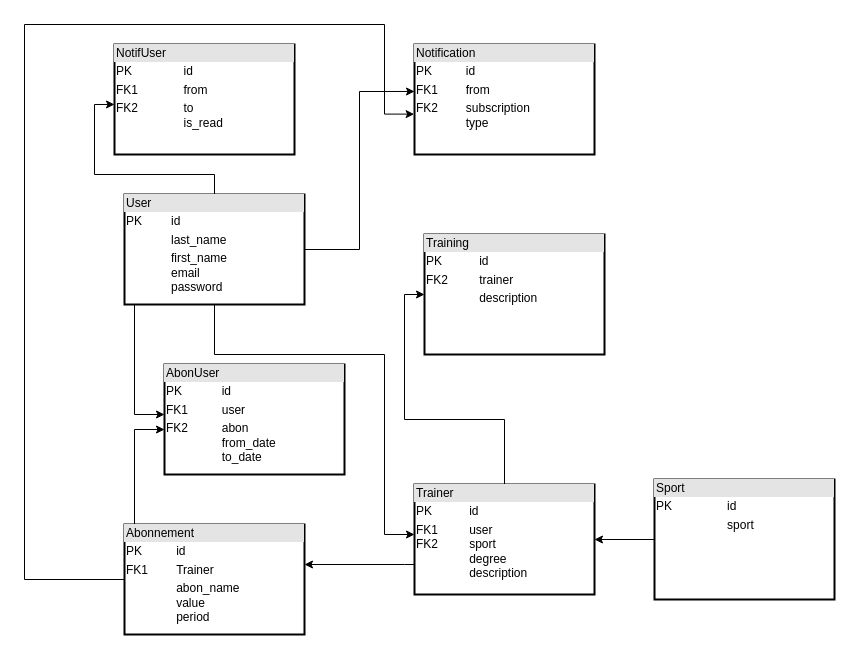
Above: uml_trainng.drawio in lekarus/Training (draw.io), before the change. Source tidied: cells renumbered, new cells numbered last; positions are measured from the earlier drawing's top-left corner, leaving out a move shared by most shapes. Both pictures are drawn from the tidied source at 100%, with x=0, y=0 at pixel (24, 24).
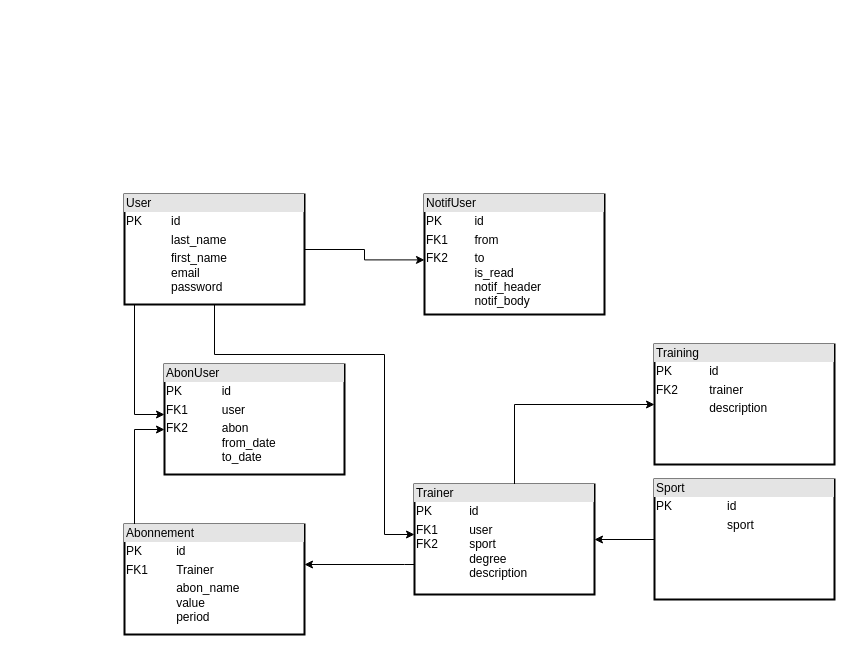
Above is the later version.

The change refers to these unchanged cells:
```xml
<mxCell id="6" value="&lt;div style=&quot;box-sizing:border-box;width:100%;background:#e4e4e4;padding:2px;&quot;&gt;User&lt;/div&gt;&lt;table style=&quot;width:100%;font-size:1em;&quot; cellpadding=&quot;2&quot; cellspacing=&quot;0&quot;&gt;&lt;tbody&gt;&lt;tr&gt;&lt;td&gt;PK&lt;/td&gt;&lt;td&gt;id&lt;/td&gt;&lt;/tr&gt;&lt;tr&gt;&lt;td&gt;&lt;br&gt;&lt;/td&gt;&lt;td&gt;last_name&lt;/td&gt;&lt;/tr&gt;&lt;tr&gt;&lt;td&gt;&lt;/td&gt;&lt;td&gt;first_name&lt;br&gt;email&lt;br&gt;password&lt;br&gt;&lt;br&gt;&lt;/td&gt;&lt;/tr&gt;&lt;/tbody&gt;&lt;/table&gt;" style="verticalAlign=top;align=left;overflow=fill;html=1;strokeWidth=2;" parent="1" vertex="1">
  <mxGeometry x="100" y="170" width="180" height="110" as="geometry" />
</mxCell>
<mxCell id="13" value="&lt;div style=&quot;box-sizing:border-box;width:100%;background:#e4e4e4;padding:2px;&quot;&gt;Abonnement&lt;/div&gt;&lt;table style=&quot;width:100%;font-size:1em;&quot; cellpadding=&quot;2&quot; cellspacing=&quot;0&quot;&gt;&lt;tbody&gt;&lt;tr&gt;&lt;td&gt;PK&lt;/td&gt;&lt;td&gt;id&lt;/td&gt;&lt;/tr&gt;&lt;tr&gt;&lt;td&gt;FK1&lt;br&gt;&lt;/td&gt;&lt;td&gt;Trainer&lt;/td&gt;&lt;/tr&gt;&lt;tr&gt;&lt;td&gt;&lt;/td&gt;&lt;td&gt;abon_name&lt;br&gt;value&lt;br&gt;period&lt;/td&gt;&lt;/tr&gt;&lt;/tbody&gt;&lt;/table&gt;" style="verticalAlign=top;align=left;overflow=fill;html=1;strokeWidth=2;" parent="1" vertex="1">
  <mxGeometry x="100" y="500" width="180" height="110" as="geometry" />
</mxCell>
<mxCell id="16" value="&lt;div style=&quot;box-sizing:border-box;width:100%;background:#e4e4e4;padding:2px;&quot;&gt;Trainer&lt;/div&gt;&lt;table style=&quot;width:100%;font-size:1em;&quot; cellpadding=&quot;2&quot; cellspacing=&quot;0&quot;&gt;&lt;tbody&gt;&lt;tr&gt;&lt;td&gt;PK&lt;/td&gt;&lt;td&gt;id&lt;/td&gt;&lt;/tr&gt;&lt;tr&gt;&lt;td&gt;FK1&lt;br&gt;FK2&lt;br&gt;&lt;br&gt;&lt;br&gt;&lt;br&gt;&lt;/td&gt;&lt;td&gt;user&lt;br&gt;sport&lt;br&gt;degree&lt;br&gt;description&lt;br&gt;&lt;br&gt;&lt;/td&gt;&lt;/tr&gt;&lt;/tbody&gt;&lt;/table&gt;" style="verticalAlign=top;align=left;overflow=fill;html=1;strokeWidth=2;" parent="1" vertex="1">
  <mxGeometry x="390" y="460" width="180" height="110" as="geometry" />
</mxCell>
```

Change to the diagram source:
```diff
@@
-    <mxCell id="4" style="edgeStyle=orthogonalEdgeStyle;rounded=0;jettySize=auto;html=1;entryX=0;entryY=0.427;entryDx=0;entryDy=0;entryPerimeter=0;" parent="1" edge="1" source="6" target="17">
-      <mxGeometry relative="1" as="geometry" />
-    </mxCell>
@@
     <mxCell id="7" value="&lt;div style=&quot;box-sizing:border-box;width:100%;background:#e4e4e4;padding:2px;&quot;&gt;Training&lt;/div&gt;&lt;table style=&quot;width:100%;font-size:1em;&quot; cellpadding=&quot;2&quot; cellspacing=&quot;0&quot;&gt;&lt;tbody&gt;&lt;tr&gt;&lt;td&gt;PK&lt;/td&gt;&lt;td&gt;id&lt;/td&gt;&lt;/tr&gt;&lt;tr&gt;&lt;td&gt;FK2&lt;br&gt;&lt;/td&gt;&lt;td&gt;trainer&lt;br&gt;&lt;/td&gt;&lt;/tr&gt;&lt;tr&gt;&lt;td&gt;&lt;br&gt;&lt;/td&gt;&lt;td&gt;description&lt;/td&gt;&lt;/tr&gt;&lt;/tbody&gt;&lt;/table&gt;" style="verticalAlign=top;align=left;overflow=fill;html=1;strokeWidth=2;" parent="1" vertex="1">
-      <mxGeometry x="400" y="210" width="180" height="120" as="geometry" />
+      <mxGeometry x="630" y="320" width="180" height="120" as="geometry" />
     </mxCell>
@@
-    <mxCell id="12" style="edgeStyle=orthogonalEdgeStyle;rounded=0;jettySize=auto;html=1;entryX=-0.002;entryY=0.633;entryDx=0;entryDy=0;entryPerimeter=0;" parent="1" edge="1" source="13" target="17">
-      <mxGeometry relative="1" as="geometry">
-        <Array as="points">
-          <mxPoint y="555" />
-          <mxPoint />
-          <mxPoint x="360" />
-          <mxPoint x="360" y="90" />
-        </Array>
-      </mxGeometry>
-    </mxCell>
@@
     <mxCell id="15" style="edgeStyle=orthogonalEdgeStyle;rounded=0;jettySize=auto;html=1;entryX=0;entryY=0.5;entryDx=0;entryDy=0;" parent="1" edge="1" source="16" target="7">
-      <mxGeometry relative="1" as="geometry" />
+      <mxGeometry relative="1" as="geometry">
+        <Array as="points">
+          <mxPoint x="490" y="380" />
+        </Array>
+      </mxGeometry>
     </mxCell>
@@
-    <mxCell id="17" value="&lt;div style=&quot;box-sizing:border-box;width:100%;background:#e4e4e4;padding:2px;&quot;&gt;Notification&lt;/div&gt;&lt;table style=&quot;width:100%;font-size:1em;&quot; cellpadding=&quot;2&quot; cellspacing=&quot;0&quot;&gt;&lt;tbody&gt;&lt;tr&gt;&lt;td&gt;PK&lt;/td&gt;&lt;td&gt;id&lt;/td&gt;&lt;/tr&gt;&lt;tr&gt;&lt;td&gt;FK1&lt;/td&gt;&lt;td&gt;from&lt;/td&gt;&lt;/tr&gt;&lt;tr&gt;&lt;td&gt;FK2&lt;br&gt;&lt;br&gt;&lt;br&gt;&lt;br&gt;&lt;/td&gt;&lt;td&gt;subscription&lt;br&gt;type&lt;br&gt;&lt;br&gt;&lt;br&gt;&lt;/td&gt;&lt;/tr&gt;&lt;/tbody&gt;&lt;/table&gt;" style="verticalAlign=top;align=left;overflow=fill;html=1;strokeWidth=2;" parent="1" vertex="1">
-      <mxGeometry x="390" y="20" width="180" height="110" as="geometry" />
-    </mxCell>
-    <mxCell id="18" value="&lt;div style=&quot;box-sizing:border-box;width:100%;background:#e4e4e4;padding:2px;&quot;&gt;NotifUser&lt;/div&gt;&lt;table style=&quot;width:100%;font-size:1em;&quot; cellpadding=&quot;2&quot; cellspacing=&quot;0&quot;&gt;&lt;tbody&gt;&lt;tr&gt;&lt;td&gt;PK&lt;/td&gt;&lt;td&gt;id&lt;/td&gt;&lt;/tr&gt;&lt;tr&gt;&lt;td&gt;FK1&lt;/td&gt;&lt;td&gt;from&lt;/td&gt;&lt;/tr&gt;&lt;tr&gt;&lt;td&gt;FK2&lt;br&gt;&lt;br&gt;&lt;br&gt;&lt;br&gt;&lt;/td&gt;&lt;td&gt;to&lt;br&gt;is_read&lt;br&gt;&lt;br&gt;&lt;br&gt;&lt;/td&gt;&lt;/tr&gt;&lt;/tbody&gt;&lt;/table&gt;" style="verticalAlign=top;align=left;overflow=fill;html=1;strokeWidth=2;" parent="1" vertex="1">
-      <mxGeometry x="90" y="20" width="180" height="110" as="geometry" />
+    <mxCell id="18" value="&lt;div style=&quot;box-sizing:border-box;width:100%;background:#e4e4e4;padding:2px;&quot;&gt;NotifUser&lt;/div&gt;&lt;table style=&quot;width:100%;font-size:1em;&quot; cellpadding=&quot;2&quot; cellspacing=&quot;0&quot;&gt;&lt;tbody&gt;&lt;tr&gt;&lt;td&gt;PK&lt;/td&gt;&lt;td&gt;id&lt;/td&gt;&lt;/tr&gt;&lt;tr&gt;&lt;td&gt;FK1&lt;/td&gt;&lt;td&gt;from&lt;/td&gt;&lt;/tr&gt;&lt;tr&gt;&lt;td&gt;FK2&lt;br&gt;&lt;br&gt;&lt;br&gt;&lt;br&gt;&lt;br&gt;&lt;/td&gt;&lt;td&gt;to&lt;br&gt;is_read&lt;br&gt;notif_header&lt;br&gt;notif_body&lt;br&gt;&lt;br&gt;&lt;/td&gt;&lt;/tr&gt;&lt;/tbody&gt;&lt;/table&gt;" style="verticalAlign=top;align=left;overflow=fill;html=1;strokeWidth=2;" parent="1" vertex="1">
+      <mxGeometry x="400" y="170" width="180" height="120" as="geometry" />
     </mxCell>
```
